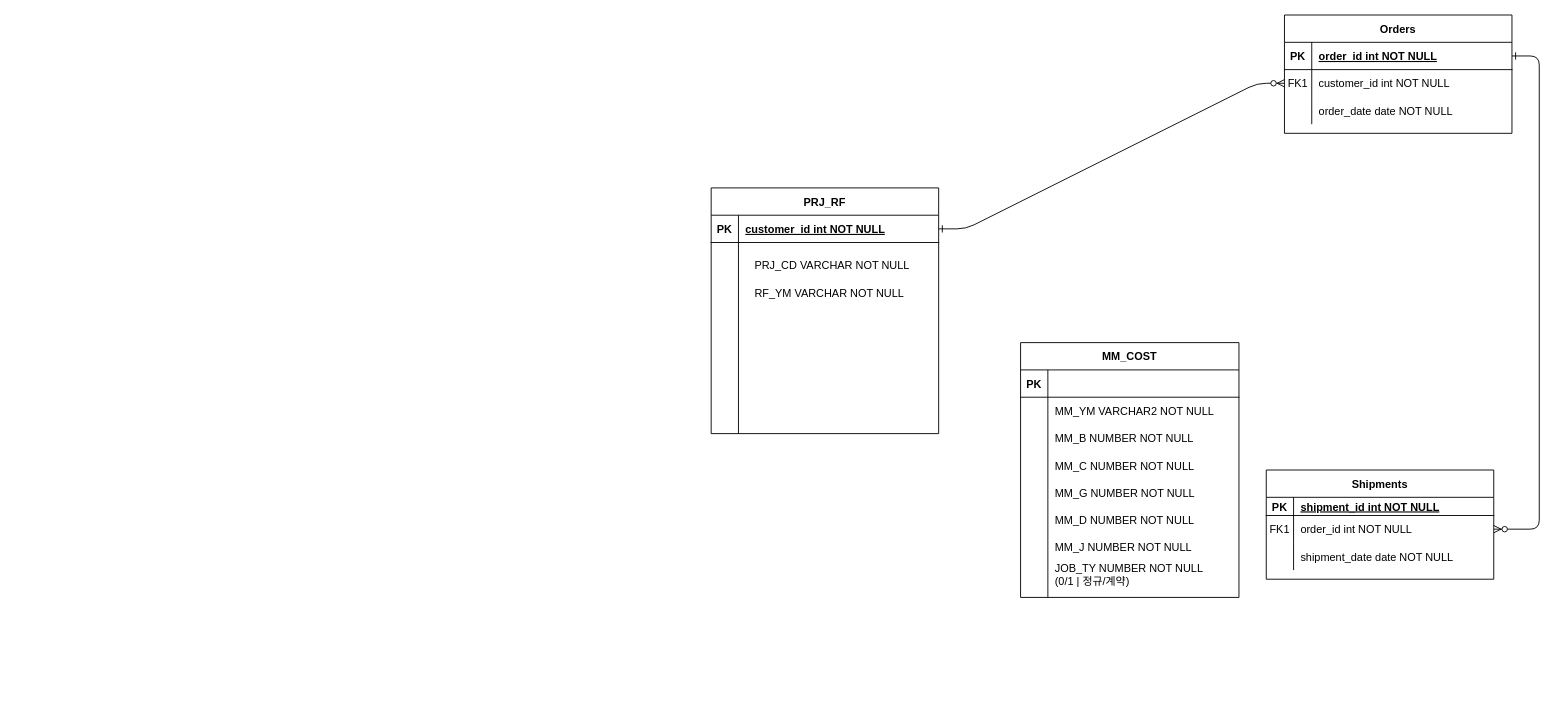
This is Untitled Diagram.drawio from wonjongah/wonjongah.github.io, a draw.io file, before an edit. Source tidied: cells renumbered, new cells numbered last; positions are measured from the earlier drawing's top-left corner, leaving out a move shared by most shapes. Both pictures are drawn from the tidied source at 91%, with x=0, y=0 at pixel (711, 15).
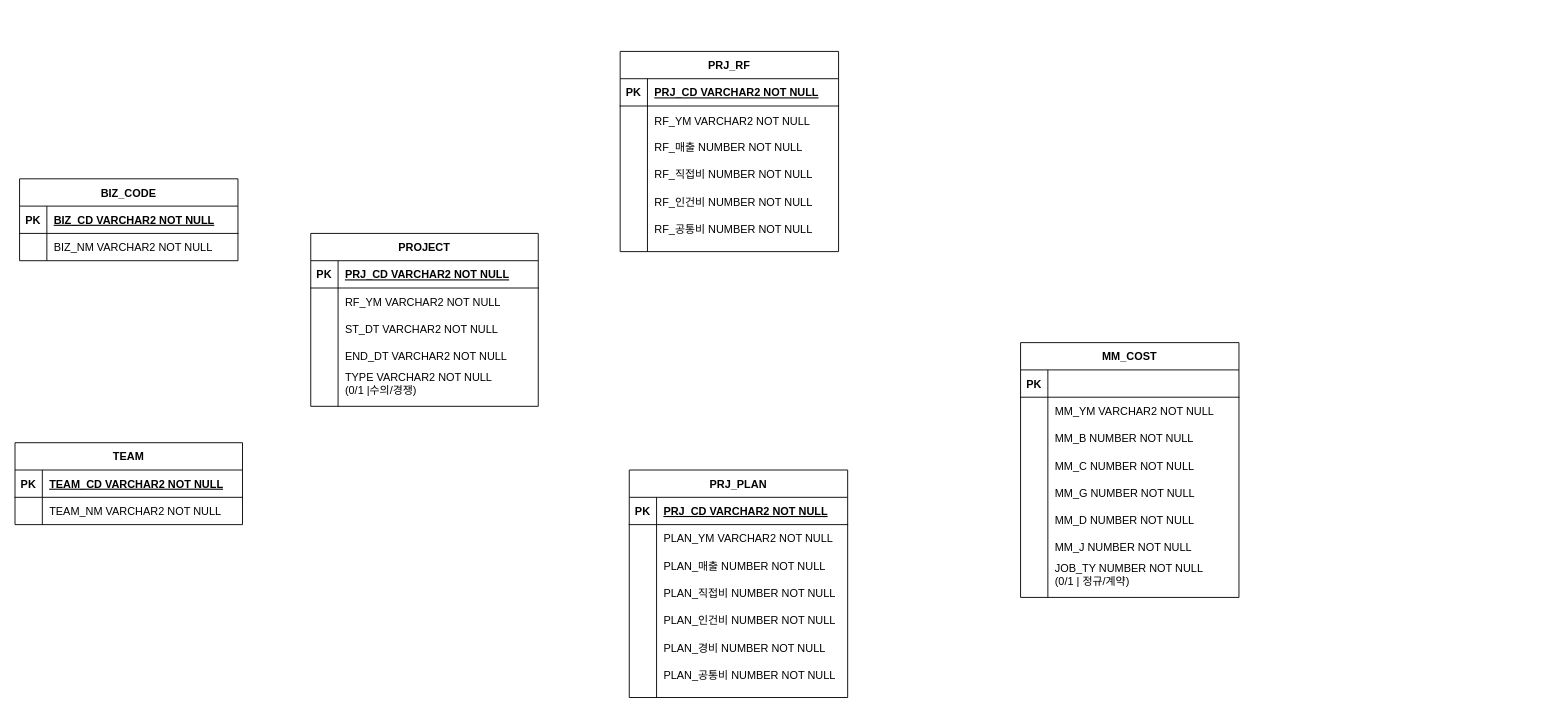
Above is the later version.

The change refers to these unchanged cells:
```xml
<mxCell id="25" style="shape=partialRectangle;fillColor=none;points=[[0,0.5],[1,0.5]];portConstraint=eastwest;top=0;left=0;right=0;bottom=1;" parent="24" vertex="1">
  <mxGeometry y="30" width="250" height="30" as="geometry" />
</mxCell>
```

Change to the diagram source:
```diff
@@
-    <mxCell id="2" style="edgeStyle=entityRelationEdgeStyle;endArrow=ERzeroToMany;startArrow=ERone;endFill=1;startFill=0;" parent="1" edge="1" source="25" target="8">
-      <mxGeometry relative="1" as="geometry" />
-    </mxCell>
-    <mxCell id="3" style="edgeStyle=entityRelationEdgeStyle;endArrow=ERzeroToMany;startArrow=ERone;endFill=1;startFill=0;" parent="1" edge="1" source="5" target="18">
-      <mxGeometry relative="1" as="geometry" />
-    </mxCell>
-    <mxCell id="4" value="Orders" style="shape=table;startSize=30;childLayout=tableLayout;rowLines=0;fontStyle=1;align=center;" parent="1" vertex="1">
-      <mxGeometry x="630" width="250" height="130" as="geometry" />
-    </mxCell>
-    <mxCell id="5" style="shape=partialRectangle;fillColor=none;points=[[0,0.5],[1,0.5]];portConstraint=eastwest;top=0;left=0;right=0;bottom=1;" parent="4" vertex="1">
-      <mxGeometry y="30" width="250" height="30" as="geometry" />
-    </mxCell>
-    <mxCell id="6" value="PK" style="shape=partialRectangle;overflow=hidden;fillColor=none;top=0;left=0;bottom=0;right=0;fontStyle=1;" parent="5" vertex="1">
-      <mxGeometry width="30" height="30" as="geometry" />
-    </mxCell>
-    <mxCell id="7" value="order_id int NOT NULL " style="shape=partialRectangle;overflow=hidden;fillColor=none;top=0;left=0;bottom=0;right=0;align=left;spacingLeft=6;fontStyle=5;" parent="5" vertex="1">
-      <mxGeometry x="30" width="220" height="30" as="geometry" />
-    </mxCell>
-    <mxCell id="8" style="shape=partialRectangle;fillColor=none;points=[[0,0.5],[1,0.5]];portConstraint=eastwest;top=0;left=0;right=0;bottom=0;" parent="4" vertex="1">
-      <mxGeometry y="60" width="250" height="30" as="geometry" />
-    </mxCell>
-    <mxCell id="9" value="FK1" style="shape=partialRectangle;overflow=hidden;fillColor=none;top=0;left=0;bottom=0;right=0;" parent="8" vertex="1">
-      <mxGeometry width="30" height="30" as="geometry" />
-    </mxCell>
-    <mxCell id="10" value="customer_id int NOT NULL" style="shape=partialRectangle;overflow=hidden;fillColor=none;top=0;left=0;bottom=0;right=0;align=left;spacingLeft=6;" parent="8" vertex="1">
-      <mxGeometry x="30" width="220" height="30" as="geometry" />
-    </mxCell>
-    <mxCell id="11" style="shape=partialRectangle;fillColor=none;top=0;left=0;right=0;bottom=0;" parent="4" vertex="1">
-      <mxGeometry y="90" width="250" height="30" as="geometry" />
-    </mxCell>
-    <mxCell id="12" style="shape=partialRectangle;overflow=hidden;fillColor=none;top=0;left=0;bottom=0;right=0;" parent="11" vertex="1">
-      <mxGeometry width="30" height="30" as="geometry" />
-    </mxCell>
-    <mxCell id="13" value="order_date date NOT NULL" style="shape=partialRectangle;overflow=hidden;fillColor=none;top=0;left=0;bottom=0;right=0;align=left;spacingLeft=6;" parent="11" vertex="1">
-      <mxGeometry x="30" width="220" height="30" as="geometry" />
-    </mxCell>
-    <mxCell id="14" value="Shipments" style="shape=table;startSize=30;childLayout=tableLayout;rowLines=0;fontStyle=1;align=center;" parent="1" vertex="1">
-      <mxGeometry x="610" y="500" width="250" height="120" as="geometry" />
-    </mxCell>
-    <mxCell id="15" style="shape=partialRectangle;fillColor=none;top=0;left=0;right=0;bottom=1;" parent="14" vertex="1">
-      <mxGeometry y="30" width="250" height="20" as="geometry" />
-    </mxCell>
-    <mxCell id="16" value="PK" style="shape=partialRectangle;overflow=hidden;fillColor=none;top=0;left=0;bottom=0;right=0;fontStyle=1;" parent="15" vertex="1">
-      <mxGeometry width="30" height="20" as="geometry" />
-    </mxCell>
-    <mxCell id="17" value="shipment_id int NOT NULL " style="shape=partialRectangle;overflow=hidden;fillColor=none;top=0;left=0;bottom=0;right=0;align=left;spacingLeft=6;fontStyle=5;" parent="15" vertex="1">
-      <mxGeometry x="30" width="220" height="20" as="geometry" />
-    </mxCell>
-    <mxCell id="18" style="shape=partialRectangle;fillColor=none;points=[[0,0.5],[1,0.5]];portConstraint=eastwest;top=0;left=0;right=0;bottom=0;" parent="14" vertex="1">
-      <mxGeometry y="50" width="250" height="30" as="geometry" />
-    </mxCell>
-    <mxCell id="19" value="FK1" style="shape=partialRectangle;overflow=hidden;fillColor=none;top=0;left=0;bottom=0;right=0;" parent="18" vertex="1">
-      <mxGeometry width="30" height="30" as="geometry" />
-    </mxCell>
-    <mxCell id="20" value="order_id int NOT NULL" style="shape=partialRectangle;overflow=hidden;fillColor=none;top=0;left=0;bottom=0;right=0;align=left;spacingLeft=6;" parent="18" vertex="1">
-      <mxGeometry x="30" width="220" height="30" as="geometry" />
-    </mxCell>
-    <mxCell id="21" style="shape=partialRectangle;fillColor=none;top=0;left=0;right=0;bottom=0;" parent="14" vertex="1">
-      <mxGeometry y="80" width="250" height="30" as="geometry" />
-    </mxCell>
-    <mxCell id="22" style="shape=partialRectangle;overflow=hidden;fillColor=none;top=0;left=0;bottom=0;right=0;" parent="21" vertex="1">
-      <mxGeometry width="30" height="30" as="geometry" />
-    </mxCell>
-    <mxCell id="23" value="shipment_date date NOT NULL" style="shape=partialRectangle;overflow=hidden;fillColor=none;top=0;left=0;bottom=0;right=0;align=left;spacingLeft=6;" parent="21" vertex="1">
-      <mxGeometry x="30" width="220" height="30" as="geometry" />
-    </mxCell>
-    <mxCell id="24" value="PRJ_RF" style="shape=table;startSize=30;childLayout=tableLayout;rowLines=0;fontStyle=1;align=center;" parent="1" vertex="1">
-      <mxGeometry y="190" width="250" height="270" as="geometry" />
+    <mxCell id="24" value="PROJECT" style="shape=table;startSize=30;childLayout=tableLayout;rowLines=0;fontStyle=1;align=center;" parent="1" vertex="1">
+      <mxGeometry x="-440" y="240" width="250" height="190" as="geometry" />
     </mxCell>
@@
-    <mxCell id="27" value="customer_id int NOT NULL " style="shape=partialRectangle;overflow=hidden;fillColor=none;top=0;left=0;bottom=0;right=0;align=left;spacingLeft=6;fontStyle=5;" parent="25" vertex="1">
+    <mxCell id="27" value="PRJ_CD VARCHAR2 NOT NULL " style="shape=partialRectangle;overflow=hidden;fillColor=none;top=0;left=0;bottom=0;right=0;align=left;spacingLeft=6;fontStyle=5;" parent="25" vertex="1">
       <mxGeometry x="30" width="220" height="30" as="geometry" />
     </mxCell>
     <mxCell id="28" style="shape=partialRectangle;fillColor=none;top=0;left=0;right=0;bottom=0;" parent="24" vertex="1">
-      <mxGeometry y="60" width="250" height="210" as="geometry" />
+      <mxGeometry y="60" width="250" height="130" as="geometry" />
     </mxCell>
     <mxCell id="29" style="shape=partialRectangle;overflow=hidden;fillColor=none;top=0;left=0;bottom=0;right=0;" parent="28" vertex="1">
-      <mxGeometry width="30" height="210" as="geometry" />
+      <mxGeometry width="30" height="130" as="geometry" />
     </mxCell>
     <mxCell id="30" style="shape=partialRectangle;overflow=hidden;fillColor=none;top=0;left=0;bottom=0;right=0;align=left;spacingLeft=6;" parent="28" vertex="1">
-      <mxGeometry x="30" width="220" height="210" as="geometry" />
+      <mxGeometry x="30" width="220" height="130" as="geometry" />
     </mxCell>
-    <mxCell id="31" value="PRJ_CD VARCHAR NOT NULL" style="shape=partialRectangle;overflow=hidden;fillColor=none;top=0;left=0;bottom=0;right=0;align=left;spacingLeft=6;" parent="1" vertex="1">
-      <mxGeometry x="40" y="260" width="220" height="30" as="geometry" />
-    </mxCell>
-    <mxCell id="32" value="RF_YM VARCHAR NOT NULL" style="shape=partialRectangle;overflow=hidden;fillColor=none;top=0;left=0;bottom=0;right=0;align=left;spacingLeft=6;" parent="1" vertex="1">
-      <mxGeometry x="40" y="290" width="220" height="30" as="geometry" />
+    <mxCell id="32" value="RF_YM VARCHAR2 NOT NULL" style="shape=partialRectangle;overflow=hidden;fillColor=none;top=0;left=0;bottom=0;right=0;align=left;spacingLeft=6;" parent="1" vertex="1">
+      <mxGeometry x="-410" y="300" width="220" height="30" as="geometry" />
     </mxCell>
@@
+    <mxCell id="48" value="BIZ_CODE" style="shape=table;startSize=30;childLayout=tableLayout;rowLines=0;fontStyle=1;align=center;" parent="1" vertex="1">
+      <mxGeometry x="-760" y="180" width="240" height="90" as="geometry" />
+    </mxCell>
+    <mxCell id="49" style="shape=partialRectangle;fillColor=none;top=0;left=0;right=0;bottom=1;" parent="48" vertex="1">
+      <mxGeometry y="30" width="240" height="30" as="geometry" />
+    </mxCell>
+    <mxCell id="50" value="PK" style="shape=partialRectangle;overflow=hidden;fillColor=none;top=0;left=0;bottom=0;right=0;fontStyle=1;" parent="49" vertex="1">
+      <mxGeometry width="30" height="30" as="geometry" />
+    </mxCell>
+    <mxCell id="51" style="shape=partialRectangle;overflow=hidden;fillColor=none;top=0;left=0;bottom=0;right=0;align=left;spacingLeft=6;fontStyle=5;" parent="49" vertex="1">
+      <mxGeometry x="30" width="210" height="30" as="geometry" />
+    </mxCell>
+    <mxCell id="52" style="shape=partialRectangle;fillColor=none;top=0;left=0;right=0;bottom=0;" parent="48" vertex="1">
+      <mxGeometry y="60" width="240" height="30" as="geometry" />
+    </mxCell>
+    <mxCell id="53" style="shape=partialRectangle;overflow=hidden;fillColor=none;top=0;left=0;bottom=0;right=0;" parent="52" vertex="1">
+      <mxGeometry width="30" height="30" as="geometry" />
+    </mxCell>
+    <mxCell id="54" style="shape=partialRectangle;overflow=hidden;fillColor=none;top=0;left=0;bottom=0;right=0;align=left;spacingLeft=6;" parent="52" vertex="1">
+      <mxGeometry x="30" width="210" height="30" as="geometry" />
+    </mxCell>
+    <mxCell id="55" value="BIZ_CD VARCHAR2 NOT NULL" style="shape=partialRectangle;overflow=hidden;fillColor=none;top=0;left=0;bottom=0;right=0;align=left;spacingLeft=6;fontStyle=5;" parent="1" vertex="1">
+      <mxGeometry x="-730" y="210" width="220" height="30" as="geometry" />
+    </mxCell>
+    <mxCell id="56" value="BIZ_NM VARCHAR2 NOT NULL" style="shape=partialRectangle;overflow=hidden;fillColor=none;top=0;left=0;bottom=0;right=0;align=left;spacingLeft=6;" parent="1" vertex="1">
+      <mxGeometry x="-730" y="240" width="220" height="30" as="geometry" />
+    </mxCell>
+    <mxCell id="57" value="TEAM" style="shape=table;startSize=30;childLayout=tableLayout;rowLines=0;fontStyle=1;align=center;" parent="1" vertex="1">
+      <mxGeometry x="-765" y="470" width="250" height="90" as="geometry" />
+    </mxCell>
+    <mxCell id="5" style="shape=partialRectangle;fillColor=none;points=[[0,0.5],[1,0.5]];portConstraint=eastwest;top=0;left=0;right=0;bottom=1;" parent="57" vertex="1">
+      <mxGeometry y="30" width="250" height="30" as="geometry" />
+    </mxCell>
+    <mxCell id="58" value="PK" style="shape=partialRectangle;overflow=hidden;fillColor=none;top=0;left=0;bottom=0;right=0;fontStyle=1;" parent="5" vertex="1">
+      <mxGeometry width="30" height="30" as="geometry" />
+    </mxCell>
+    <mxCell id="59" value="TEAM_CD VARCHAR2 NOT NULL" style="shape=partialRectangle;overflow=hidden;fillColor=none;top=0;left=0;bottom=0;right=0;align=left;spacingLeft=6;fontStyle=5;" parent="5" vertex="1">
+      <mxGeometry x="30" width="220" height="30" as="geometry" />
+    </mxCell>
+    <mxCell id="8" style="shape=partialRectangle;fillColor=none;points=[[0,0.5],[1,0.5]];portConstraint=eastwest;top=0;left=0;right=0;bottom=0;" parent="57" vertex="1">
+      <mxGeometry y="60" width="250" height="30" as="geometry" />
+    </mxCell>
+    <mxCell id="60" style="shape=partialRectangle;overflow=hidden;fillColor=none;top=0;left=0;bottom=0;right=0;" parent="8" vertex="1">
+      <mxGeometry width="30" height="30" as="geometry" />
+    </mxCell>
+    <mxCell id="61" value="TEAM_NM VARCHAR2 NOT NULL" style="shape=partialRectangle;overflow=hidden;fillColor=none;top=0;left=0;bottom=0;right=0;align=left;spacingLeft=6;" parent="8" vertex="1">
+      <mxGeometry x="30" width="220" height="30" as="geometry" />
+    </mxCell>
+    <mxCell id="62" value="PRJ_PLAN" style="shape=table;startSize=30;childLayout=tableLayout;rowLines=0;fontStyle=1;align=center;" parent="1" vertex="1">
+      <mxGeometry x="-90" y="500" width="240" height="250" as="geometry" />
+    </mxCell>
+    <mxCell id="63" style="shape=partialRectangle;fillColor=none;top=0;left=0;right=0;bottom=1;" parent="62" vertex="1">
+      <mxGeometry y="30" width="240" height="30" as="geometry" />
+    </mxCell>
+    <mxCell id="64" value="PK" style="shape=partialRectangle;overflow=hidden;fillColor=none;top=0;left=0;bottom=0;right=0;fontStyle=1;" parent="63" vertex="1">
+      <mxGeometry width="30" height="30" as="geometry" />
+    </mxCell>
+    <mxCell id="65" style="shape=partialRectangle;overflow=hidden;fillColor=none;top=0;left=0;bottom=0;right=0;align=left;spacingLeft=6;fontStyle=5;" parent="63" vertex="1">
+      <mxGeometry x="30" width="210" height="30" as="geometry" />
+    </mxCell>
+    <mxCell id="66" style="shape=partialRectangle;fillColor=none;top=0;left=0;right=0;bottom=0;" parent="62" vertex="1">
+      <mxGeometry y="60" width="240" height="190" as="geometry" />
+    </mxCell>
+    <mxCell id="67" style="shape=partialRectangle;overflow=hidden;fillColor=none;top=0;left=0;bottom=0;right=0;" parent="66" vertex="1">
+      <mxGeometry width="30" height="190" as="geometry" />
+    </mxCell>
+    <mxCell id="68" style="shape=partialRectangle;overflow=hidden;fillColor=none;top=0;left=0;bottom=0;right=0;align=left;spacingLeft=6;" parent="66" vertex="1">
+      <mxGeometry x="30" width="210" height="190" as="geometry" />
+    </mxCell>
+    <mxCell id="69" style="shape=partialRectangle;fillColor=none;top=0;left=0;right=0;bottom=0;" parent="1" vertex="1">
+      <mxGeometry x="-60" y="560" width="250" height="30" as="geometry" />
+    </mxCell>
+    <mxCell id="70" value="PLAN_YM VARCHAR2 NOT NULL" style="shape=partialRectangle;overflow=hidden;fillColor=none;top=0;left=0;bottom=0;right=0;align=left;spacingLeft=6;" parent="1" vertex="1">
+      <mxGeometry x="-60" y="560" width="220" height="30" as="geometry" />
+    </mxCell>
+    <mxCell id="71" value="PLAN_매출 NUMBER NOT NULL" style="shape=partialRectangle;overflow=hidden;fillColor=none;top=0;left=0;bottom=0;right=0;align=left;spacingLeft=6;" parent="1" vertex="1">
+      <mxGeometry x="-60" y="590" width="220" height="30" as="geometry" />
+    </mxCell>
+    <mxCell id="72" value="PLAN_인건비 NUMBER NOT NULL" style="shape=partialRectangle;overflow=hidden;fillColor=none;top=0;left=0;bottom=0;right=0;align=left;spacingLeft=6;" parent="1" vertex="1">
+      <mxGeometry x="-60" y="650" width="220" height="30" as="geometry" />
+    </mxCell>
+    <mxCell id="73" value="PLAN_경비 NUMBER NOT NULL" style="shape=partialRectangle;overflow=hidden;fillColor=none;top=0;left=0;bottom=0;right=0;align=left;spacingLeft=6;" parent="1" vertex="1">
+      <mxGeometry x="-60" y="680" width="220" height="30" as="geometry" />
+    </mxCell>
+    <mxCell id="74" value="PLAN_공통비 NUMBER NOT NULL" style="shape=partialRectangle;overflow=hidden;fillColor=none;top=0;left=0;bottom=0;right=0;align=left;spacingLeft=6;" parent="1" vertex="1">
+      <mxGeometry x="-60" y="710" width="220" height="30" as="geometry" />
+    </mxCell>
+    <mxCell id="75" value="PRJ_RF" style="shape=table;startSize=30;childLayout=tableLayout;rowLines=0;fontStyle=1;align=center;" parent="1" vertex="1">
+      <mxGeometry x="-100" y="40" width="240" height="220" as="geometry" />
+    </mxCell>
+    <mxCell id="76" style="shape=partialRectangle;fillColor=none;top=0;left=0;right=0;bottom=1;" parent="75" vertex="1">
+      <mxGeometry y="30" width="240" height="30" as="geometry" />
+    </mxCell>
+    <mxCell id="77" value="PK" style="shape=partialRectangle;overflow=hidden;fillColor=none;top=0;left=0;bottom=0;right=0;fontStyle=1;" parent="76" vertex="1">
+      <mxGeometry width="30" height="30" as="geometry" />
+    </mxCell>
+    <mxCell id="78" style="shape=partialRectangle;overflow=hidden;fillColor=none;top=0;left=0;bottom=0;right=0;align=left;spacingLeft=6;fontStyle=5;" parent="76" vertex="1">
+      <mxGeometry x="30" width="210" height="30" as="geometry" />
+    </mxCell>
+    <mxCell id="79" style="shape=partialRectangle;fillColor=none;top=0;left=0;right=0;bottom=0;" parent="75" vertex="1">
+      <mxGeometry y="60" width="240" height="160" as="geometry" />
+    </mxCell>
+    <mxCell id="80" style="shape=partialRectangle;overflow=hidden;fillColor=none;top=0;left=0;bottom=0;right=0;" parent="79" vertex="1">
+      <mxGeometry width="30" height="160" as="geometry" />
+    </mxCell>
+    <mxCell id="81" style="shape=partialRectangle;overflow=hidden;fillColor=none;top=0;left=0;bottom=0;right=0;align=left;spacingLeft=6;" parent="79" vertex="1">
+      <mxGeometry x="30" width="210" height="160" as="geometry" />
+    </mxCell>
+    <mxCell id="82" style="shape=partialRectangle;fillColor=none;top=0;left=0;right=0;bottom=0;" parent="1" vertex="1">
+      <mxGeometry x="-70" y="100" width="250" height="30" as="geometry" />
+    </mxCell>
+    <mxCell id="83" value="PRJ_CD VARCHAR2 NOT NULL" style="shape=partialRectangle;overflow=hidden;fillColor=none;top=0;left=0;bottom=0;right=0;align=left;spacingLeft=6;fontStyle=5;" parent="1" vertex="1">
+      <mxGeometry x="-70" y="70" width="220" height="30" as="geometry" />
+    </mxCell>
+    <mxCell id="84" value="RF_YM VARCHAR2 NOT NULL" style="shape=partialRectangle;overflow=hidden;fillColor=none;top=0;left=0;bottom=0;right=0;align=left;spacingLeft=6;" parent="1" vertex="1">
+      <mxGeometry x="-70" y="101" width="220" height="30" as="geometry" />
+    </mxCell>
+    <mxCell id="85" value="RF_매출 NUMBER NOT NULL" style="shape=partialRectangle;overflow=hidden;fillColor=none;top=0;left=0;bottom=0;right=0;align=left;spacingLeft=6;" parent="1" vertex="1">
+      <mxGeometry x="-70" y="130" width="220" height="30" as="geometry" />
+    </mxCell>
+    <mxCell id="86" value="RF_직접비 NUMBER NOT NULL" style="shape=partialRectangle;overflow=hidden;fillColor=none;top=0;left=0;bottom=0;right=0;align=left;spacingLeft=6;" parent="1" vertex="1">
+      <mxGeometry x="-70" y="160" width="220" height="30" as="geometry" />
+    </mxCell>
+    <mxCell id="87" value="RF_인건비 NUMBER NOT NULL" style="shape=partialRectangle;overflow=hidden;fillColor=none;top=0;left=0;bottom=0;right=0;align=left;spacingLeft=6;" parent="1" vertex="1">
+      <mxGeometry x="-70" y="190" width="220" height="30" as="geometry" />
+    </mxCell>
+    <mxCell id="88" value="RF_공통비 NUMBER NOT NULL" style="shape=partialRectangle;overflow=hidden;fillColor=none;top=0;left=0;bottom=0;right=0;align=left;spacingLeft=6;" parent="1" vertex="1">
+      <mxGeometry x="-70" y="220" width="220" height="30" as="geometry" />
+    </mxCell>
+    <mxCell id="89" value="PRJ_CD VARCHAR2 NOT NULL" style="shape=partialRectangle;overflow=hidden;fillColor=none;top=0;left=0;bottom=0;right=0;align=left;spacingLeft=6;fontStyle=5;" parent="1" vertex="1">
+      <mxGeometry x="-60" y="530" width="220" height="30" as="geometry" />
+    </mxCell>
+    <mxCell id="90" value="PLAN_직접비 NUMBER NOT NULL" style="shape=partialRectangle;overflow=hidden;fillColor=none;top=0;left=0;bottom=0;right=0;align=left;spacingLeft=6;" parent="1" vertex="1">
+      <mxGeometry x="-60" y="620" width="220" height="30" as="geometry" />
+    </mxCell>
+    <mxCell id="91" value="ST_DT VARCHAR2 NOT NULL" style="shape=partialRectangle;overflow=hidden;fillColor=none;top=0;left=0;bottom=0;right=0;align=left;spacingLeft=6;" parent="1" vertex="1">
+      <mxGeometry x="-410" y="330" width="220" height="30" as="geometry" />
+    </mxCell>
+    <mxCell id="92" value="END_DT VARCHAR2 NOT NULL" style="shape=partialRectangle;overflow=hidden;fillColor=none;top=0;left=0;bottom=0;right=0;align=left;spacingLeft=6;" parent="1" vertex="1">
+      <mxGeometry x="-410" y="360" width="220" height="30" as="geometry" />
+    </mxCell>
+    <mxCell id="93" value="TYPE VARCHAR2 NOT NULL&#10;(0/1 |수의/경쟁)" style="shape=partialRectangle;overflow=hidden;fillColor=none;top=0;left=0;bottom=0;right=0;align=left;spacingLeft=6;" parent="1" vertex="1">
+      <mxGeometry x="-410" y="390" width="220" height="30" as="geometry" />
+    </mxCell>
```
